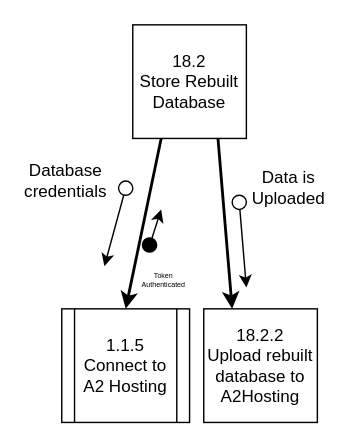
Harlento/SchedulingSystem keeps this draw.io diagram as page "18.2 Store rebuilt data base" (2 of 2) of Diagrams/StructureCharts/Proc18Recovery.drawio. Above is the earlier version. Source tidied: cells renumbered, new cells numbered last; positions are measured from the earlier drawing's top-left corner, leaving out a move shared by most shapes. Both pictures are drawn from the tidied source at 142%, with x=0, y=0 at pixel (37, 24).
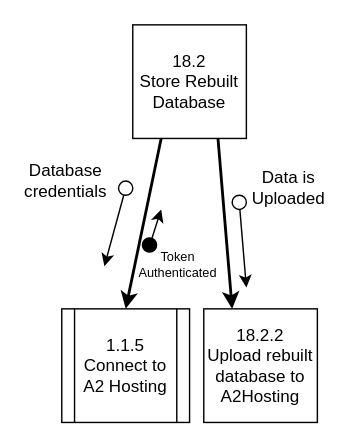
The same page after the edit.

What changed in the source:
```diff
@@
 <mxGraphModel>
   <root>
     <mxCell id="0" />
     <mxCell id="1" parent="0" />
     <mxCell id="2" value="&lt;div&gt;18.2&lt;/div&gt;&lt;div&gt;Store Rebuilt&lt;/div&gt;&lt;div&gt;Database&lt;br&gt;&lt;/div&gt;" style="whiteSpace=wrap;html=1;" parent="1" vertex="1">
       <mxGeometry x="67" width="80" height="80" as="geometry" />
     </mxCell>
     <mxCell id="3" value="&lt;div&gt;1.1.5&lt;br&gt;&lt;/div&gt;&lt;div&gt;Connect to A2 Hosting&lt;/div&gt;" style="shape=process;whiteSpace=wrap;html=1;backgroundOutline=1;" parent="1" vertex="1">
       <mxGeometry x="17" y="200" width="90" height="80" as="geometry" />
     </mxCell>
     <mxCell id="4" style="endArrow=classic;html=1;entryX=0.5;entryY=0;entryDx=0;entryDy=0;strokeWidth=2;exitX=0.25;exitY=1;exitDx=0;exitDy=0;" parent="1" edge="1" source="2" target="3">
       <mxGeometry relative="1" as="geometry" />
     </mxCell>
     <mxCell id="5" style="endArrow=classic;html=1;entryX=0.25;entryY=0;entryDx=0;entryDy=0;strokeWidth=2;exitX=0.75;exitY=1;exitDx=0;exitDy=0;" parent="1" edge="1" source="2" target="6">
       <mxGeometry relative="1" as="geometry" />
     </mxCell>
     <mxCell id="6" value="&lt;div&gt;18.2.2&lt;br&gt;&lt;/div&gt;&lt;div&gt;Upload rebuilt database to &lt;br&gt;&lt;/div&gt;&lt;div&gt;A2Hosting&lt;br&gt;&lt;/div&gt;" style="whiteSpace=wrap;html=1;" parent="1" vertex="1">
       <mxGeometry x="117" y="200" width="80" height="80" as="geometry" />
     </mxCell>
     <mxCell id="7" style="endArrow=classic;html=1;" parent="1" edge="1" source="12">
       <mxGeometry relative="1" as="geometry">
         <mxPoint x="47" y="170" as="targetPoint" />
       </mxGeometry>
     </mxCell>
     <mxCell id="8" value="Database credentials" style="text;html=1;strokeColor=none;fillColor=none;align=center;verticalAlign=middle;whiteSpace=wrap;rounded=0;" parent="1" vertex="1">
       <mxGeometry y="100" width="40" height="20" as="geometry" />
     </mxCell>
     <mxCell id="9" style="endArrow=classic;html=1;" parent="1" edge="1">
       <mxGeometry relative="1" as="geometry">
         <mxPoint x="79" y="155" as="sourcePoint" />
         <mxPoint x="87" y="130" as="targetPoint" />
       </mxGeometry>
     </mxCell>
     <mxCell id="10" style="ellipse;whiteSpace=wrap;html=1;fillColor=#000000;" parent="1" vertex="1">
       <mxGeometry x="73.8" y="150" width="10" height="10" as="geometry" />
     </mxCell>
-    <mxCell id="11" value="&lt;div style=&quot;font-size: 5px;&quot;&gt;Token &lt;br style=&quot;font-size: 5px;&quot;&gt;&lt;/div&gt;&lt;div style=&quot;font-size: 5px;&quot;&gt;Authenticated&lt;br style=&quot;font-size: 5px;&quot;&gt;&lt;/div&gt;" style="text;html=1;strokeColor=none;fillColor=none;align=center;verticalAlign=middle;whiteSpace=wrap;rounded=0;fontSize=5;" parent="1" vertex="1">
-      <mxGeometry x="73.8" y="170" width="30" height="17" as="geometry" />
+    <mxCell id="11" value="&lt;div style=&quot;font-size: 9px;&quot;&gt;Token &lt;br style=&quot;font-size: 9px;&quot;&gt;&lt;/div&gt;&lt;div style=&quot;font-size: 9px;&quot;&gt;Authenticated&lt;br style=&quot;font-size: 9px;&quot;&gt;&lt;/div&gt;" style="text;html=1;strokeColor=none;fillColor=none;align=center;verticalAlign=middle;whiteSpace=wrap;rounded=0;fontSize=9;" parent="1" vertex="1">
+      <mxGeometry x="83.8" y="160" width="30" height="17" as="geometry" />
     </mxCell>
     <mxCell id="12" style="ellipse;whiteSpace=wrap;html=1;" parent="1" vertex="1">
       <mxGeometry x="57" y="110" width="10" height="10" as="geometry" />
     </mxCell>
     <mxCell id="13" style="endArrow=classic;html=1;" parent="1" edge="1" source="15">
       <mxGeometry relative="1" as="geometry">
         <mxPoint x="147" y="185" as="targetPoint" />
       </mxGeometry>
     </mxCell>
     <mxCell id="14" value="&lt;div&gt;Data is &lt;br&gt;&lt;/div&gt;&lt;div&gt;Uploaded&lt;br&gt;&lt;/div&gt;" style="text;html=1;strokeColor=none;fillColor=none;align=center;verticalAlign=middle;whiteSpace=wrap;rounded=0;" parent="1" vertex="1">
       <mxGeometry x="157" y="105" width="40" height="20" as="geometry" />
     </mxCell>
     <mxCell id="15" style="ellipse;whiteSpace=wrap;html=1;" parent="1" vertex="1">
       <mxGeometry x="137" y="120" width="10" height="10" as="geometry" />
     </mxCell>
   </root>
 </mxGraphModel>
```
